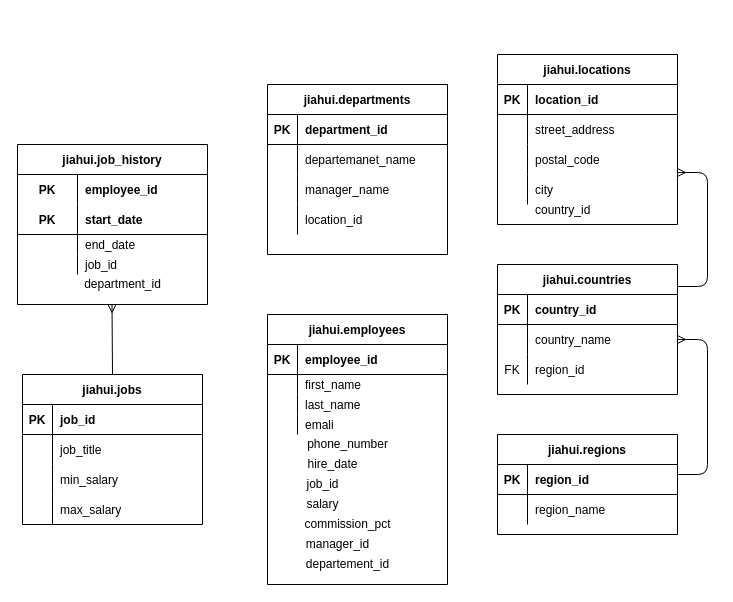
Earlier version of the draw.io diagram HR_ERD.drawio (gracexia02/Assignment7_ERDs-with-draw.io). Source tidied: cells renumbered, new cells numbered last; positions are measured from the earlier drawing's top-left corner, leaving out a move shared by most shapes. Both pictures are drawn from the tidied source at 100%, with x=0, y=0 at pixel (17, 54).
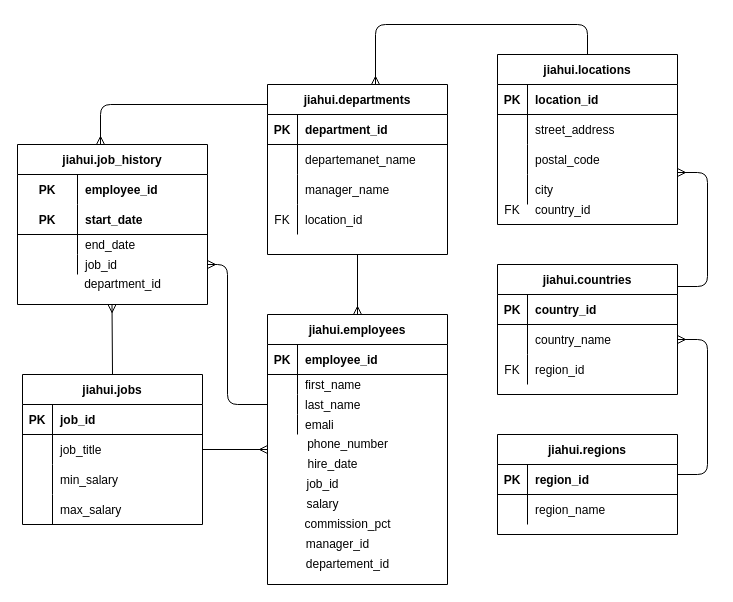
After the change.

Unchanged cells that the change refers to:
```xml
<mxCell id="30" style="shape=partialRectangle;fillColor=none;top=0;left=0;bottom=0;right=0;points=[[0,0.5],[1,0.5]];portConstraint=eastwest;" parent="20" vertex="1">
  <mxGeometry y="110" width="190" height="20" as="geometry" />
</mxCell>
<mxCell id="38" style="shape=partialRectangle;fillColor=none;top=0;left=0;bottom=0;right=0;points=[[0,0.5],[1,0.5]];portConstraint=eastwest;" parent="34" vertex="1">
  <mxGeometry y="60" width="180" height="30" as="geometry" />
</mxCell>
<mxCell id="47" value="jiahui.departments" style="shape=table;startSize=30;childLayout=tableLayout;rowLines=0;fontStyle=1;align=center;strokeColor=#000000;" parent="1" vertex="1">
  <mxGeometry x="250" y="30" width="180" height="170" as="geometry" />
</mxCell>
<mxCell id="57" style="shape=partialRectangle;fillColor=none;top=0;left=0;bottom=0;right=0;" parent="47" vertex="1">
  <mxGeometry y="120" width="180" height="30" as="geometry" />
</mxCell>
<mxCell id="61" value="jiahui.employees" style="shape=table;startSize=30;childLayout=tableLayout;rowLines=0;fontStyle=1;align=center;strokeColor=#000000;" parent="1" vertex="1">
  <mxGeometry x="250" y="260" width="180" height="270" as="geometry" />
</mxCell>
<mxCell id="68" style="shape=partialRectangle;fillColor=none;top=0;left=0;bottom=0;right=0;points=[[0,0.5],[1,0.5]];portConstraint=eastwest;" parent="61" vertex="1">
  <mxGeometry y="80" width="180" height="20" as="geometry" />
</mxCell>
<mxCell id="81" value="jiahui.locations" style="shape=table;startSize=30;childLayout=tableLayout;rowLines=0;fontStyle=1;align=center;strokeColor=#000000;fontFamily=Helvetica;fontColor=#000000;" parent="1" vertex="1">
  <mxGeometry x="480" width="180" height="170" as="geometry" />
</mxCell>
<mxCell id="94" style="shape=partialRectangle;fillColor=none;top=0;left=0;bottom=0;right=0;" parent="1" vertex="1">
  <mxGeometry x="480" y="140" width="180" height="30" as="geometry" />
</mxCell>
```

Diff of the diagram source:
```diff
@@
-    <mxCell id="58" style="shape=partialRectangle;fillColor=none;top=0;left=0;bottom=0;right=0;overflow=hidden;" parent="57" vertex="1">
+    <mxCell id="58" value="FK" style="shape=partialRectangle;fillColor=none;top=0;left=0;bottom=0;right=0;overflow=hidden;" parent="57" vertex="1">
       <mxGeometry width="30" height="30" as="geometry" />
     </mxCell>
@@
-    <mxCell id="95" style="shape=partialRectangle;fillColor=none;top=0;left=0;bottom=0;right=0;overflow=hidden;" parent="94" vertex="1">
+    <mxCell id="95" value="FK" style="shape=partialRectangle;fillColor=none;top=0;left=0;bottom=0;right=0;overflow=hidden;" parent="94" vertex="1">
       <mxGeometry width="30" height="30" as="geometry" />
     </mxCell>
@@
+    <mxCell id="98" style="fontSize=12;html=1;endArrow=ERmany;exitX=0.5;exitY=1;exitDx=0;exitDy=0;entryX=0.5;entryY=0;entryDx=0;entryDy=0;" parent="1" edge="1" source="47" target="61">
+      <mxGeometry relative="1" as="geometry" />
+    </mxCell>
+    <mxCell id="99" style="fontSize=12;html=1;endArrow=ERmany;entryX=0;entryY=0.5;entryDx=0;entryDy=0;exitX=1;exitY=0.5;exitDx=0;exitDy=0;" parent="1" edge="1" source="38" target="61">
+      <mxGeometry relative="1" as="geometry" />
+    </mxCell>
+    <mxCell id="100" style="edgeStyle=elbowEdgeStyle;fontSize=12;html=1;endArrow=ERmany;elbow=vertical;" parent="1" edge="1" source="81">
+      <mxGeometry relative="1" as="geometry">
+        <mxPoint x="358" y="30" as="targetPoint" />
+        <Array as="points">
+          <mxPoint x="420" y="-30" />
+          <mxPoint x="450" y="-50" />
+        </Array>
+      </mxGeometry>
+    </mxCell>
+    <mxCell id="101" style="edgeStyle=elbowEdgeStyle;fontSize=12;html=1;endArrow=ERmany;exitX=0;exitY=0.5;exitDx=0;exitDy=0;entryX=1;entryY=0.5;entryDx=0;entryDy=0;" parent="1" edge="1" source="68" target="30">
+      <mxGeometry relative="1" as="geometry">
+        <Array as="points">
+          <mxPoint x="210" y="210" />
+        </Array>
+      </mxGeometry>
+    </mxCell>
+    <mxCell id="102" style="edgeStyle=elbowEdgeStyle;fontSize=12;html=1;endArrow=ERmany;elbow=vertical;" parent="1" edge="1">
+      <mxGeometry relative="1" as="geometry">
+        <mxPoint x="250" y="50" as="sourcePoint" />
+        <mxPoint x="83" y="90" as="targetPoint" />
+        <Array as="points">
+          <mxPoint x="163" y="50" />
+          <mxPoint x="175" y="10" />
+        </Array>
+      </mxGeometry>
+    </mxCell>
```
